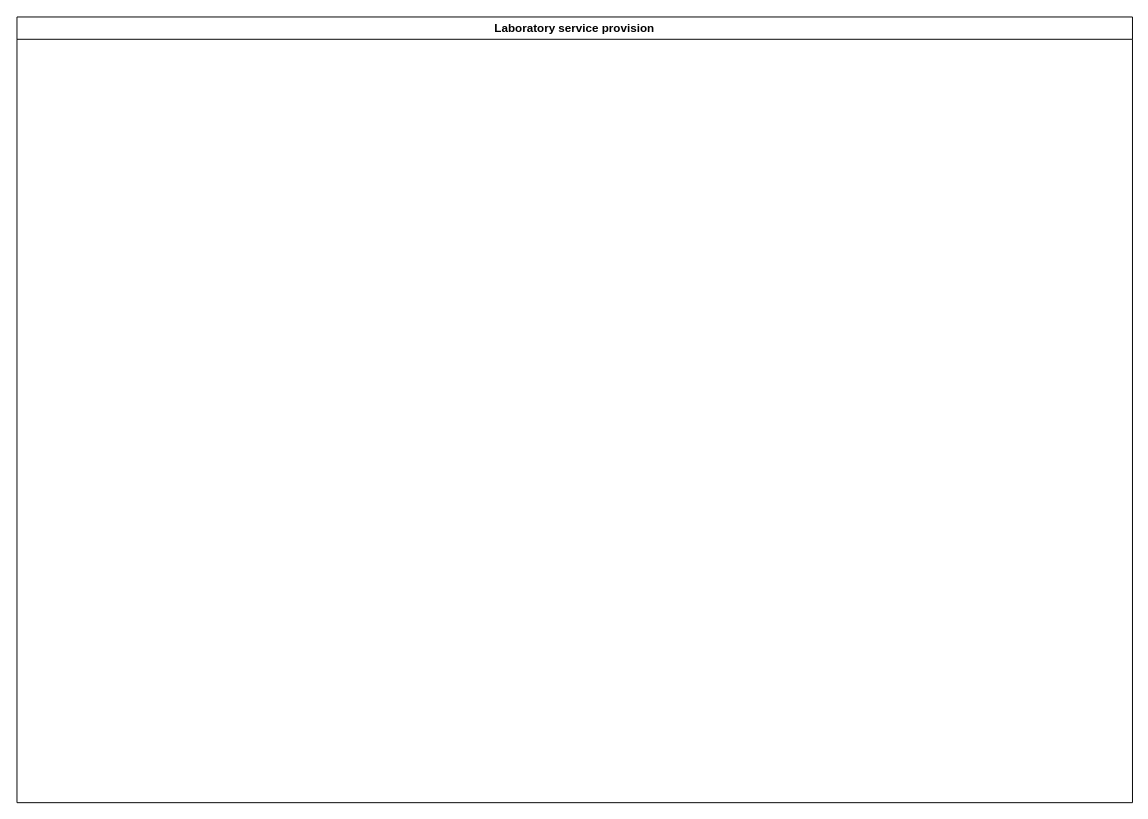
Before: KEFRI-R&D-Laboratory service provision.drawio in kmagua/flowcharts, a draw.io diagram. Source tidied: cells renumbered, new cells numbered last; positions are measured from the earlier drawing's top-left corner, leaving out a move shared by most shapes. Both pictures are drawn from the tidied source at 97%, with x=0, y=0 at pixel (16, 16).
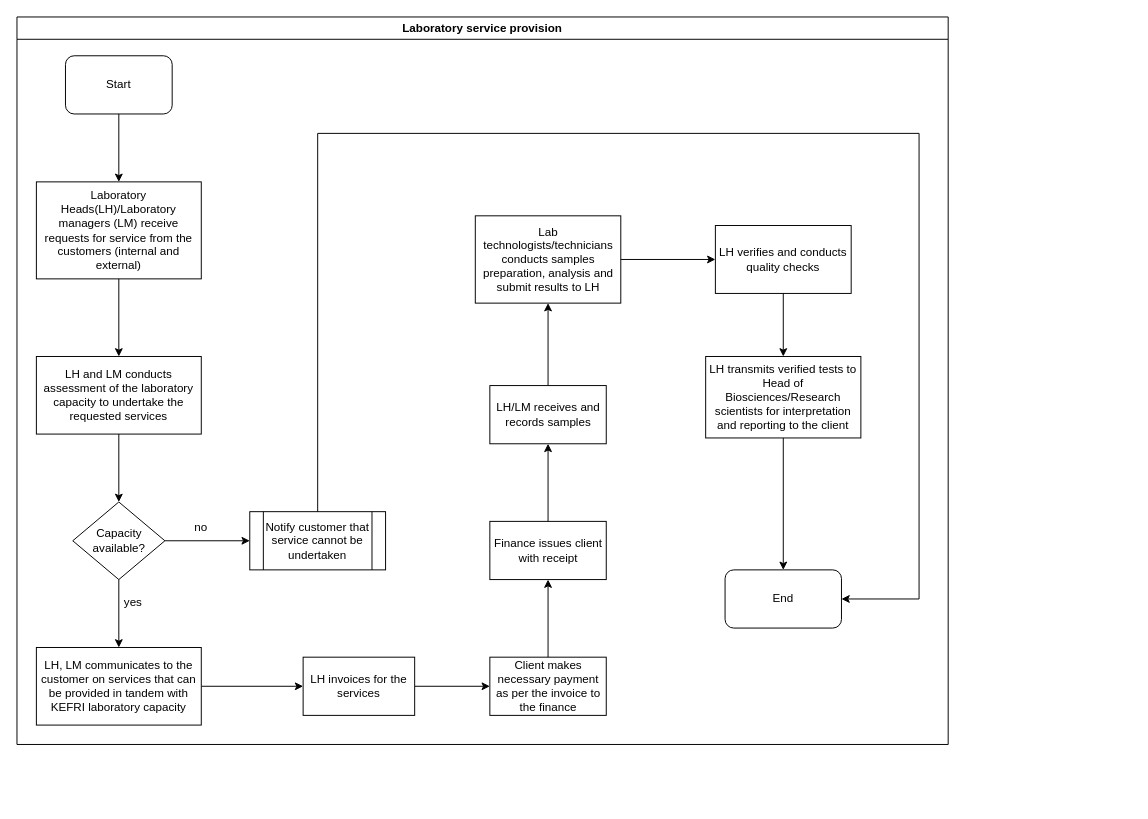
After the change.

The edit, as a diff of the source:
```diff
@@
     <mxCell id="2" value="Laboratory service provision" style="swimlane;" parent="1" vertex="1">
-      <mxGeometry width="1150" height="810" as="geometry" />
+      <mxGeometry width="960" height="750" as="geometry" />
     </mxCell>
+    <mxCell id="3" value="Start" style="rounded=1;whiteSpace=wrap;html=1;" parent="2" vertex="1">
+      <mxGeometry x="50" y="40" width="110" height="60" as="geometry" />
+    </mxCell>
+    <mxCell id="4" value="Laboratory Heads(LH)/Laboratory managers (LM) receive requests for service from the customers (internal and external)" style="rounded=0;whiteSpace=wrap;html=1;" parent="2" vertex="1">
+      <mxGeometry x="20" y="170" width="170" height="100" as="geometry" />
+    </mxCell>
+    <mxCell id="5" style="edgeStyle=orthogonalEdgeStyle;rounded=0;jettySize=auto;html=1;" parent="2" edge="1" source="3" target="4">
+      <mxGeometry relative="1" as="geometry" />
+    </mxCell>
+    <mxCell id="6" value="LH and LM conducts assessment of the laboratory capacity to undertake the requested services" style="whiteSpace=wrap;html=1;rounded=0;" parent="2" vertex="1">
+      <mxGeometry x="20" y="350" width="170" height="80" as="geometry" />
+    </mxCell>
+    <mxCell id="7" style="edgeStyle=orthogonalEdgeStyle;rounded=0;jettySize=auto;html=1;" parent="2" edge="1" source="4" target="6">
+      <mxGeometry relative="1" as="geometry" />
+    </mxCell>
+    <mxCell id="8" value="&lt;div&gt;Capacity&lt;/div&gt;&lt;div&gt;available?&lt;br&gt;&lt;/div&gt;" style="rhombus;whiteSpace=wrap;html=1;rounded=0;" parent="2" vertex="1">
+      <mxGeometry x="57.5" y="500" width="95" height="80" as="geometry" />
+    </mxCell>
+    <mxCell id="9" style="edgeStyle=orthogonalEdgeStyle;rounded=0;jettySize=auto;html=1;" parent="2" edge="1" source="6" target="8">
+      <mxGeometry relative="1" as="geometry" />
+    </mxCell>
+    <mxCell id="10" value="yes" style="text;html=1;strokeColor=none;fillColor=none;align=center;verticalAlign=middle;whiteSpace=wrap;rounded=0;" parent="2" vertex="1">
+      <mxGeometry x="99.5" y="594" width="40" height="20" as="geometry" />
+    </mxCell>
+    <mxCell id="11" value="Notify customer that service cannot be undertaken" style="shape=process;whiteSpace=wrap;html=1;backgroundOutline=1;" parent="2" vertex="1">
+      <mxGeometry x="240" y="510" width="140" height="60" as="geometry" />
+    </mxCell>
+    <mxCell id="12" style="edgeStyle=orthogonalEdgeStyle;rounded=0;jettySize=auto;html=1;" parent="2" edge="1" source="8" target="11">
+      <mxGeometry relative="1" as="geometry" />
+    </mxCell>
+    <mxCell id="13" value="Lab technologists/technicians conducts samples preparation, analysis and submit results to LH" style="whiteSpace=wrap;html=1;rounded=0;" parent="2" vertex="1">
+      <mxGeometry x="472.5" y="205" width="150" height="90" as="geometry" />
+    </mxCell>
+    <mxCell id="14" value="LH verifies and conducts quality checks" style="whiteSpace=wrap;html=1;rounded=0;" parent="2" vertex="1">
+      <mxGeometry x="720" y="215" width="140" height="70" as="geometry" />
+    </mxCell>
+    <mxCell id="15" style="edgeStyle=orthogonalEdgeStyle;rounded=0;jettySize=auto;html=1;" parent="2" edge="1" source="13" target="14">
+      <mxGeometry relative="1" as="geometry" />
+    </mxCell>
+    <mxCell id="16" value="LH transmits verified tests to Head of Biosciences/Research scientists for interpretation and reporting to the client" style="whiteSpace=wrap;html=1;rounded=0;" parent="2" vertex="1">
+      <mxGeometry x="710" y="350" width="160" height="84" as="geometry" />
+    </mxCell>
+    <mxCell id="17" style="edgeStyle=orthogonalEdgeStyle;rounded=0;jettySize=auto;html=1;" parent="2" edge="1" source="14" target="16">
+      <mxGeometry relative="1" as="geometry" />
+    </mxCell>
+    <mxCell id="18" value="End" style="rounded=1;whiteSpace=wrap;html=1;" parent="2" vertex="1">
+      <mxGeometry x="730" y="570" width="120" height="60" as="geometry" />
+    </mxCell>
+    <mxCell id="19" style="edgeStyle=orthogonalEdgeStyle;rounded=0;jettySize=auto;html=1;entryX=0.5;entryY=0;entryDx=0;entryDy=0;" parent="2" edge="1" source="16" target="18">
+      <mxGeometry relative="1" as="geometry" />
+    </mxCell>
+    <mxCell id="20" value="no" style="text;html=1;strokeColor=none;fillColor=none;align=center;verticalAlign=middle;whiteSpace=wrap;rounded=0;" parent="2" vertex="1">
+      <mxGeometry x="170" y="516" width="40" height="20" as="geometry" />
+    </mxCell>
+    <mxCell id="21" style="edgeStyle=orthogonalEdgeStyle;rounded=0;jettySize=auto;html=1;entryX=1;entryY=0.5;entryDx=0;entryDy=0;" parent="2" edge="1" source="11" target="18">
+      <mxGeometry relative="1" as="geometry">
+        <Array as="points">
+          <mxPoint x="310" y="120" />
+          <mxPoint x="930" y="120" />
+          <mxPoint x="930" y="600" />
+        </Array>
+      </mxGeometry>
+    </mxCell>
+    <mxCell id="22" style="edgeStyle=orthogonalEdgeStyle;rounded=0;jettySize=auto;html=1;" parent="1" edge="1" source="23" target="26">
+      <mxGeometry relative="1" as="geometry" />
+    </mxCell>
+    <mxCell id="23" value="LH, LM communicates to the customer on services that can be provided in tandem with KEFRI laboratory capacity" style="whiteSpace=wrap;html=1;rounded=0;" parent="1" vertex="1">
+      <mxGeometry x="20" y="650" width="170" height="80" as="geometry" />
+    </mxCell>
+    <mxCell id="24" style="edgeStyle=orthogonalEdgeStyle;rounded=0;jettySize=auto;html=1;" parent="1" edge="1" source="8" target="23">
+      <mxGeometry relative="1" as="geometry" />
+    </mxCell>
+    <mxCell id="25" style="edgeStyle=orthogonalEdgeStyle;rounded=0;jettySize=auto;html=1;" parent="1" edge="1" source="26" target="28">
+      <mxGeometry relative="1" as="geometry" />
+    </mxCell>
+    <mxCell id="26" value="LH invoices for the services" style="whiteSpace=wrap;html=1;rounded=0;" parent="1" vertex="1">
+      <mxGeometry x="295" y="660" width="115" height="60" as="geometry" />
+    </mxCell>
+    <mxCell id="27" style="edgeStyle=orthogonalEdgeStyle;rounded=0;jettySize=auto;html=1;" parent="1" edge="1" source="28" target="30">
+      <mxGeometry relative="1" as="geometry" />
+    </mxCell>
+    <mxCell id="28" value="Client makes necessary payment as per the invoice to the finance" style="whiteSpace=wrap;html=1;rounded=0;" parent="1" vertex="1">
+      <mxGeometry x="487.5" y="660" width="120" height="60" as="geometry" />
+    </mxCell>
+    <mxCell id="29" style="edgeStyle=orthogonalEdgeStyle;rounded=0;jettySize=auto;html=1;" parent="1" edge="1" source="30" target="32">
+      <mxGeometry relative="1" as="geometry" />
+    </mxCell>
+    <mxCell id="30" value="Finance issues client with receipt" style="whiteSpace=wrap;html=1;rounded=0;" parent="1" vertex="1">
+      <mxGeometry x="487.5" y="520" width="120" height="60" as="geometry" />
+    </mxCell>
+    <mxCell id="31" style="edgeStyle=orthogonalEdgeStyle;rounded=0;jettySize=auto;html=1;" parent="1" edge="1" source="32" target="13">
+      <mxGeometry relative="1" as="geometry" />
+    </mxCell>
+    <mxCell id="32" value="LH/LM receives and records samples" style="whiteSpace=wrap;html=1;rounded=0;" parent="1" vertex="1">
+      <mxGeometry x="487.5" y="380" width="120" height="60" as="geometry" />
+    </mxCell>
```
